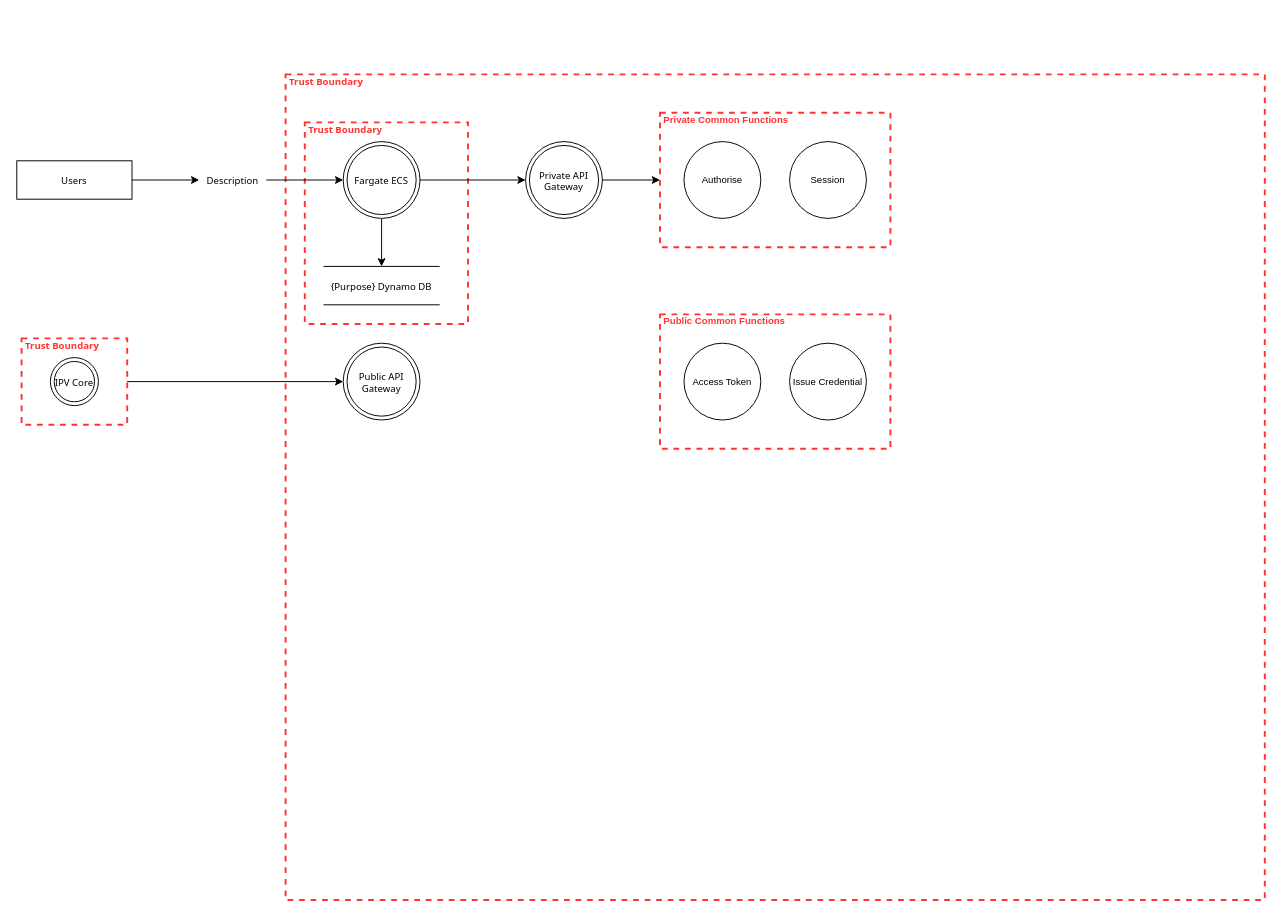
Earlier version of the draw.io diagram Untitled Diagram.drawio (Jim-Sweeting/Drawio). Source tidied: cells renumbered, new cells numbered last; positions are measured from the earlier drawing's top-left corner, leaving out a move shared by most shapes. Both pictures are drawn from the tidied source at 96%, with x=0, y=0 at pixel (16, 74).
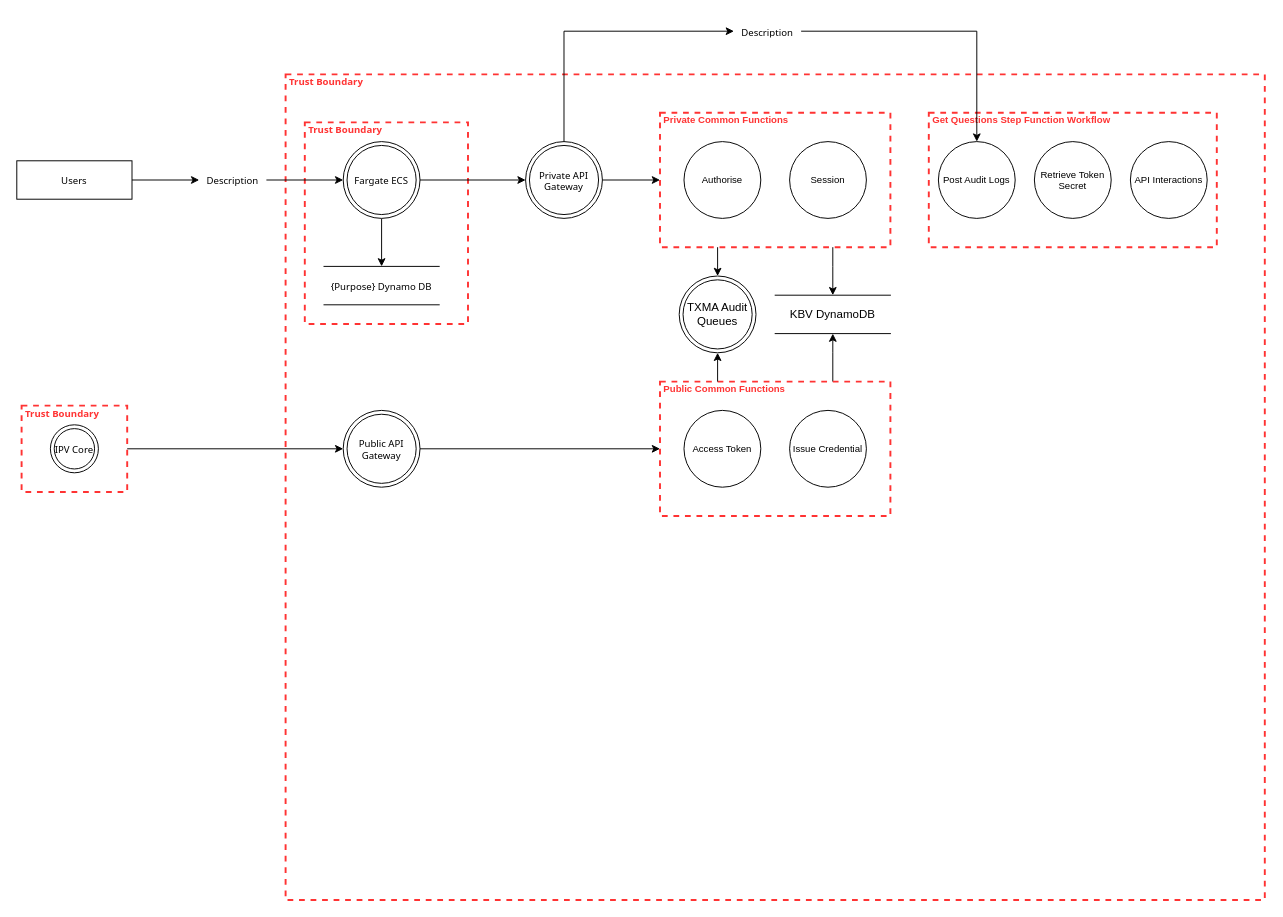
Above is the later version.

Commit message:
Added Step Functions

The change refers to these unchanged cells:
```xml
<mxCell id="16" value="Private API Gateway" style="ellipse;shape=doubleEllipse;whiteSpace=wrap;html=1;hachureGap=4;fontFamily=Tahoma;fontSize=10;rounded=0;" parent="1" vertex="1">
  <mxGeometry x="530" y="70" width="80" height="80" as="geometry" />
</mxCell>
<mxCell id="18" value="Private Common Functions" style="html=1;fontColor=#FF3333;fontStyle=1;align=left;verticalAlign=top;spacing=0;labelBorderColor=none;fillColor=none;dashed=1;strokeWidth=2;strokeColor=#FF3333;spacingLeft=4;spacingTop=-3;fontSize=10;" parent="1" vertex="1">
  <mxGeometry x="670" y="40" width="240" height="140" as="geometry" />
</mxCell>
```

What changed in the source:
```diff
@@
     <mxCell id="11" value="Public API Gateway" style="ellipse;shape=doubleEllipse;whiteSpace=wrap;html=1;hachureGap=4;fontFamily=Tahoma;fontSize=10;rounded=0;" parent="1" vertex="1">
-      <mxGeometry x="340" y="280" width="80" height="80" as="geometry" />
+      <mxGeometry x="340" y="350" width="80" height="80" as="geometry" />
     </mxCell>
@@
     <mxCell id="13" value="Trust Boundary" style="html=1;fontColor=#FF3333;fontStyle=1;align=left;verticalAlign=top;spacing=0;labelBorderColor=none;fillColor=none;dashed=1;strokeWidth=2;strokeColor=#FF3333;spacingLeft=4;spacingTop=-3;hachureGap=4;fontFamily=Tahoma;fontSize=10;rounded=0;" parent="1" vertex="1">
-      <mxGeometry x="5" y="275" width="110" height="90" as="geometry" />
+      <mxGeometry x="5" y="345" width="110" height="90" as="geometry" />
     </mxCell>
     <mxCell id="14" value="IPV Core" style="ellipse;shape=doubleEllipse;whiteSpace=wrap;html=1;hachureGap=4;fontFamily=Tahoma;fontSize=10;rounded=0;" parent="1" vertex="1">
-      <mxGeometry x="35" y="295" width="50" height="50" as="geometry" />
+      <mxGeometry x="35" y="365" width="50" height="50" as="geometry" />
     </mxCell>
@@
+    <mxCell id="24" style="edgeStyle=orthogonalEdgeStyle;rounded=0;jettySize=auto;html=1;" parent="1" edge="1" source="18" target="30">
+      <mxGeometry relative="1" as="geometry">
+        <Array as="points">
+          <mxPoint x="850" y="200" />
+          <mxPoint x="850" y="200" />
+        </Array>
+      </mxGeometry>
+    </mxCell>
@@
+    <mxCell id="25" style="edgeStyle=orthogonalEdgeStyle;rounded=0;jettySize=auto;html=1;" parent="1" edge="1" source="21" target="30">
+      <mxGeometry relative="1" as="geometry">
+        <Array as="points">
+          <mxPoint x="850" y="290" />
+          <mxPoint x="850" y="290" />
+        </Array>
+      </mxGeometry>
+    </mxCell>
     <mxCell id="21" value="Public Common Functions" style="html=1;fontColor=#FF3333;fontStyle=1;align=left;verticalAlign=top;spacing=0;labelBorderColor=none;fillColor=none;dashed=1;strokeWidth=2;strokeColor=#FF3333;spacingLeft=4;spacingTop=-3;fontSize=10;" parent="1" vertex="1">
-      <mxGeometry x="670" y="250" width="240" height="140" as="geometry" />
+      <mxGeometry x="670" y="320" width="240" height="140" as="geometry" />
     </mxCell>
     <mxCell id="22" value="Access Token" style="ellipse;whiteSpace=wrap;html=1;fontSize=10;" parent="1" vertex="1">
-      <mxGeometry x="695" y="280" width="80" height="80" as="geometry" />
+      <mxGeometry x="695" y="350" width="80" height="80" as="geometry" />
     </mxCell>
     <mxCell id="23" value="Issue Credential" style="ellipse;whiteSpace=wrap;html=1;fontSize=10;" parent="1" vertex="1">
-      <mxGeometry x="805" y="280" width="80" height="80" as="geometry" />
+      <mxGeometry x="805" y="350" width="80" height="80" as="geometry" />
     </mxCell>
+    <mxCell id="26" style="endArrow=classic;html=1;fontColor=#FF3333;rounded=0;entryX=0;entryY=0.5;entryDx=0;entryDy=0;" parent="1" edge="1" source="11" target="21">
+      <mxGeometry relative="1" as="geometry" />
+    </mxCell>
+    <mxCell id="27" value="TXMA Audit Queues" style="ellipse;shape=doubleEllipse;whiteSpace=wrap;html=1;" parent="1" vertex="1">
+      <mxGeometry x="690" y="210" width="80" height="80" as="geometry" />
+    </mxCell>
+    <mxCell id="28" style="endArrow=classic;html=1;fontColor=#FF3333;rounded=0;exitX=0.25;exitY=0;exitDx=0;exitDy=0;" parent="1" edge="1" source="21" target="27">
+      <mxGeometry relative="1" as="geometry" />
+    </mxCell>
+    <mxCell id="29" style="endArrow=classic;html=1;fontColor=#FF3333;rounded=0;exitX=0.25;exitY=1;exitDx=0;exitDy=0;" parent="1" edge="1" source="18" target="27">
+      <mxGeometry relative="1" as="geometry" />
+    </mxCell>
+    <mxCell id="30" value="KBV DynamoDB" style="shape=partialRectangle;whiteSpace=wrap;html=1;left=0;right=0;fillColor=none;" parent="1" vertex="1">
+      <mxGeometry x="790" y="230" width="120" height="40" as="geometry" />
+    </mxCell>
+    <mxCell id="31" value="Get Questions Step Function Workflow" style="html=1;fontColor=#FF3333;fontStyle=1;align=left;verticalAlign=top;spacing=0;labelBorderColor=none;fillColor=none;dashed=1;strokeWidth=2;strokeColor=#FF3333;spacingLeft=4;spacingTop=-3;fontSize=10;" parent="1" vertex="1">
+      <mxGeometry x="950" y="40" width="300" height="140" as="geometry" />
+    </mxCell>
+    <mxCell id="32" value="Post Audit Logs" style="ellipse;whiteSpace=wrap;html=1;fontSize=10;" parent="1" vertex="1">
+      <mxGeometry x="960" y="70" width="80" height="80" as="geometry" />
+    </mxCell>
+    <mxCell id="33" value="Retrieve Token Secret" style="ellipse;whiteSpace=wrap;html=1;fontSize=10;" parent="1" vertex="1">
+      <mxGeometry x="1060" y="70" width="80" height="80" as="geometry" />
+    </mxCell>
+    <mxCell id="34" value="API Interactions" style="ellipse;whiteSpace=wrap;html=1;fontSize=10;" parent="1" vertex="1">
+      <mxGeometry x="1160" y="70" width="80" height="80" as="geometry" />
+    </mxCell>
+    <mxCell id="35" style="edgeStyle=orthogonalEdgeStyle;rounded=0;jettySize=auto;html=1;entryX=0;entryY=0.5;entryDx=0;entryDy=0;" parent="1" edge="1" source="16" target="37">
+      <mxGeometry relative="1" as="geometry">
+        <Array as="points">
+          <mxPoint x="570" y="-45" />
+        </Array>
+      </mxGeometry>
+    </mxCell>
+    <mxCell id="36" style="edgeStyle=orthogonalEdgeStyle;rounded=0;jettySize=auto;html=1;" parent="1" edge="1" source="37" target="32">
+      <mxGeometry relative="1" as="geometry" />
+    </mxCell>
+    <mxCell id="37" value="Description" style="text;html=1;strokeColor=none;fillColor=none;align=center;verticalAlign=middle;whiteSpace=wrap;overflow=hidden;fontSize=10;fontFamily=Tahoma;rounded=0;" parent="1" vertex="1">
+      <mxGeometry x="747" y="-60" width="70" height="30" as="geometry" />
+    </mxCell>
```
